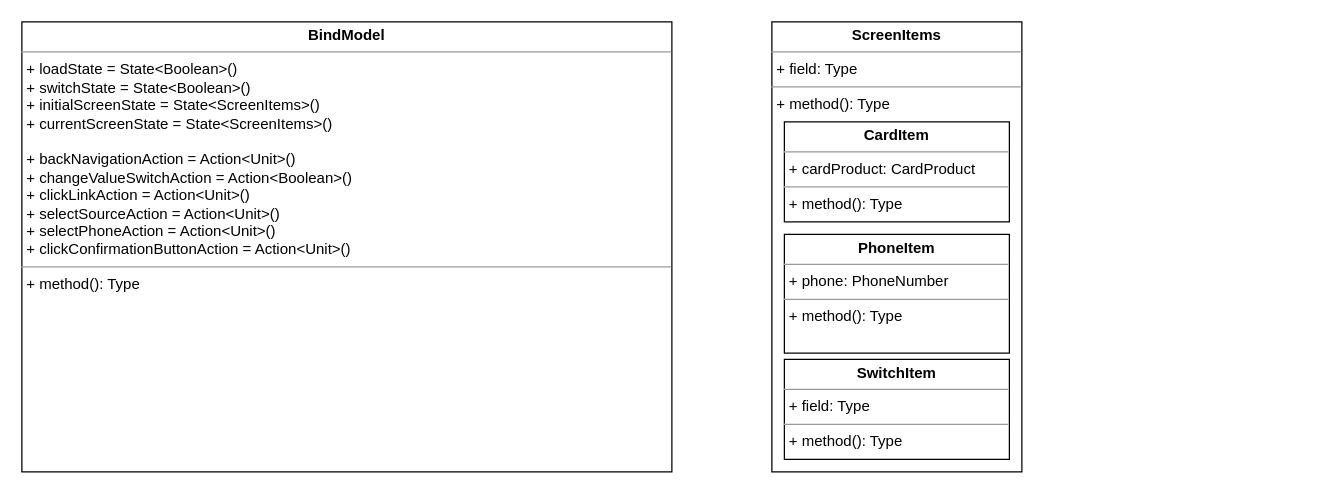
This is UNI-15261.drawio from ShiryaevNikolay/diagrams, a draw.io file, before an edit. Source tidied: cells renumbered, new cells numbered last; positions are measured from the earlier drawing's top-left corner, leaving out a move shared by most shapes. Both pictures are drawn from the tidied source at 125%, with x=0, y=0 at pixel (21, 21).
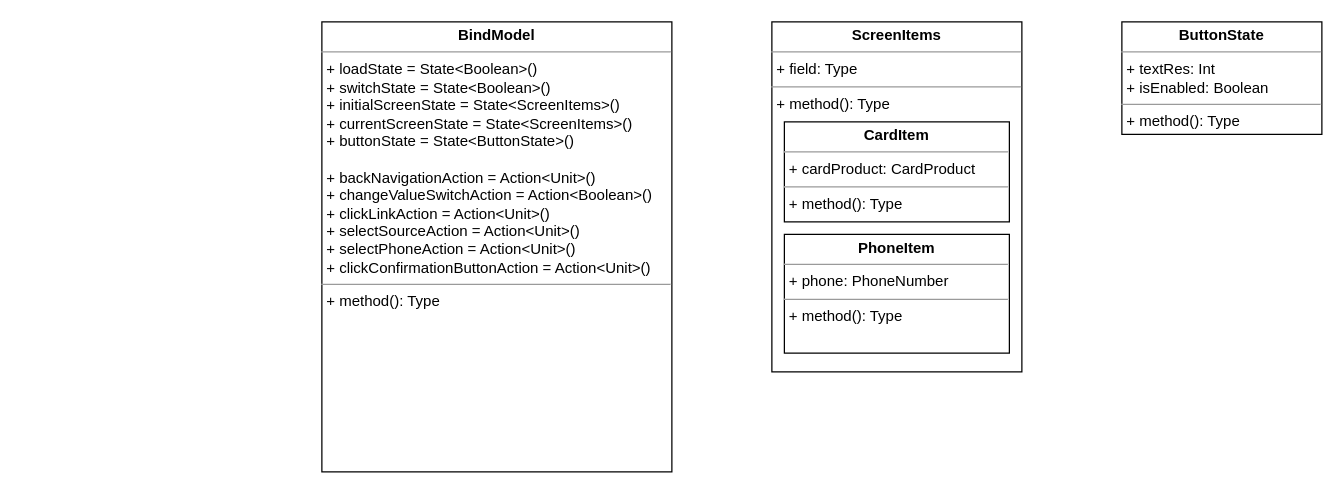
The same page after the edit.

Diff of the diagram source:
```diff
@@
 <mxGraphModel>
   <root>
     <mxCell id="0" />
     <mxCell id="1" parent="0" />
-    <mxCell id="2" value="&lt;p style=&quot;margin: 0px ; margin-top: 4px ; text-align: center&quot;&gt;&lt;b&gt;BindModel&lt;/b&gt;&lt;/p&gt;&lt;hr size=&quot;1&quot;&gt;&lt;p style=&quot;margin: 0px ; margin-left: 4px&quot;&gt;+ loadState = State&amp;lt;Boolean&amp;gt;()&lt;/p&gt;&lt;p style=&quot;margin: 0px ; margin-left: 4px&quot;&gt;+ switchState = State&amp;lt;Boolean&amp;gt;()&lt;/p&gt;&lt;p style=&quot;margin: 0px ; margin-left: 4px&quot;&gt;+ initialScreenState = State&amp;lt;ScreenItems&amp;gt;()&lt;/p&gt;&lt;p style=&quot;margin: 0px ; margin-left: 4px&quot;&gt;+ currentScreenState = State&amp;lt;ScreenItems&amp;gt;()&lt;/p&gt;&lt;p style=&quot;margin: 0px ; margin-left: 4px&quot;&gt;&lt;br&gt;&lt;/p&gt;&lt;p style=&quot;margin: 0px ; margin-left: 4px&quot;&gt;+ backNavigationAction = Action&amp;lt;Unit&amp;gt;()&lt;br&gt;&lt;/p&gt;&lt;p style=&quot;margin: 0px ; margin-left: 4px&quot;&gt;+ changeValueSwitchAction = Action&amp;lt;Boolean&amp;gt;()&lt;/p&gt;&lt;p style=&quot;margin: 0px ; margin-left: 4px&quot;&gt;+ clickLinkAction = Action&amp;lt;Unit&amp;gt;()&lt;/p&gt;&lt;p style=&quot;margin: 0px ; margin-left: 4px&quot;&gt;+ selectSourceAction = Action&amp;lt;Unit&amp;gt;()&lt;/p&gt;&lt;p style=&quot;margin: 0px ; margin-left: 4px&quot;&gt;+ selectPhoneAction = Action&amp;lt;Unit&amp;gt;()&lt;/p&gt;&lt;p style=&quot;margin: 0px ; margin-left: 4px&quot;&gt;+ clickConfirmationButtonAction = Action&amp;lt;Unit&amp;gt;()&lt;br&gt;&lt;/p&gt;&lt;hr size=&quot;1&quot;&gt;&lt;p style=&quot;margin: 0px ; margin-left: 4px&quot;&gt;+ method(): Type&lt;/p&gt;" style="verticalAlign=top;align=left;overflow=fill;fontSize=12;fontFamily=Helvetica;html=1;" parent="1" vertex="1">
-      <mxGeometry width="520" height="360" as="geometry" />
+    <mxCell id="2" value="&lt;p style=&quot;margin: 0px ; margin-top: 4px ; text-align: center&quot;&gt;&lt;b&gt;BindModel&lt;/b&gt;&lt;/p&gt;&lt;hr size=&quot;1&quot;&gt;&lt;p style=&quot;margin: 0px ; margin-left: 4px&quot;&gt;+ loadState = State&amp;lt;Boolean&amp;gt;()&lt;/p&gt;&lt;p style=&quot;margin: 0px ; margin-left: 4px&quot;&gt;+ switchState = State&amp;lt;Boolean&amp;gt;()&lt;/p&gt;&lt;p style=&quot;margin: 0px ; margin-left: 4px&quot;&gt;+ initialScreenState = State&amp;lt;ScreenItems&amp;gt;()&lt;/p&gt;&lt;p style=&quot;margin: 0px ; margin-left: 4px&quot;&gt;+ currentScreenState = State&amp;lt;ScreenItems&amp;gt;()&lt;/p&gt;&lt;p style=&quot;margin: 0px ; margin-left: 4px&quot;&gt;+ buttonState = State&amp;lt;ButtonState&amp;gt;()&lt;br&gt;&lt;/p&gt;&lt;p style=&quot;margin: 0px ; margin-left: 4px&quot;&gt;&lt;br&gt;&lt;/p&gt;&lt;p style=&quot;margin: 0px ; margin-left: 4px&quot;&gt;+ backNavigationAction = Action&amp;lt;Unit&amp;gt;()&lt;br&gt;&lt;/p&gt;&lt;p style=&quot;margin: 0px ; margin-left: 4px&quot;&gt;+ changeValueSwitchAction = Action&amp;lt;Boolean&amp;gt;()&lt;/p&gt;&lt;p style=&quot;margin: 0px ; margin-left: 4px&quot;&gt;+ clickLinkAction = Action&amp;lt;Unit&amp;gt;()&lt;/p&gt;&lt;p style=&quot;margin: 0px ; margin-left: 4px&quot;&gt;+ selectSourceAction = Action&amp;lt;Unit&amp;gt;()&lt;/p&gt;&lt;p style=&quot;margin: 0px ; margin-left: 4px&quot;&gt;+ selectPhoneAction = Action&amp;lt;Unit&amp;gt;()&lt;/p&gt;&lt;p style=&quot;margin: 0px ; margin-left: 4px&quot;&gt;+ clickConfirmationButtonAction = Action&amp;lt;Unit&amp;gt;()&lt;br&gt;&lt;/p&gt;&lt;hr size=&quot;1&quot;&gt;&lt;p style=&quot;margin: 0px ; margin-left: 4px&quot;&gt;+ method(): Type&lt;/p&gt;" style="verticalAlign=top;align=left;overflow=fill;fontSize=12;fontFamily=Helvetica;html=1;" parent="1" vertex="1">
+      <mxGeometry x="240" width="280" height="360" as="geometry" />
     </mxCell>
     <mxCell id="3" value="&lt;p style=&quot;margin: 0px ; margin-top: 4px ; text-align: center&quot;&gt;&lt;b&gt;ScreenItems&lt;/b&gt;&lt;/p&gt;&lt;hr size=&quot;1&quot;&gt;&lt;p style=&quot;margin: 0px ; margin-left: 4px&quot;&gt;+ field: Type&lt;/p&gt;&lt;hr size=&quot;1&quot;&gt;&lt;p style=&quot;margin: 0px ; margin-left: 4px&quot;&gt;+ method(): Type&lt;/p&gt;" style="verticalAlign=top;align=left;overflow=fill;fontSize=12;fontFamily=Helvetica;html=1;" parent="1" vertex="1">
-      <mxGeometry x="600" width="200" height="360" as="geometry" />
+      <mxGeometry x="600" width="200" height="280" as="geometry" />
     </mxCell>
     <mxCell id="4" value="&lt;p style=&quot;margin: 0px ; margin-top: 4px ; text-align: center&quot;&gt;&lt;b&gt;CardItem&lt;/b&gt;&lt;/p&gt;&lt;hr size=&quot;1&quot;&gt;&lt;p style=&quot;margin: 0px ; margin-left: 4px&quot;&gt;+ cardProduct: CardProduct&lt;/p&gt;&lt;hr size=&quot;1&quot;&gt;&lt;p style=&quot;margin: 0px ; margin-left: 4px&quot;&gt;+ method(): Type&lt;/p&gt;" style="verticalAlign=top;align=left;overflow=fill;fontSize=12;fontFamily=Helvetica;html=1;" parent="1" vertex="1">
       <mxGeometry x="610" y="80" width="180" height="80" as="geometry" />
     </mxCell>
     <mxCell id="5" value="&lt;p style=&quot;margin: 0px ; margin-top: 4px ; text-align: center&quot;&gt;&lt;b&gt;PhoneItem&lt;/b&gt;&lt;/p&gt;&lt;hr size=&quot;1&quot;&gt;&lt;p style=&quot;margin: 0px ; margin-left: 4px&quot;&gt;+ phone: PhoneNumber&lt;/p&gt;&lt;hr size=&quot;1&quot;&gt;&lt;p style=&quot;margin: 0px ; margin-left: 4px&quot;&gt;+ method(): Type&lt;/p&gt;" style="verticalAlign=top;align=left;overflow=fill;fontSize=12;fontFamily=Helvetica;html=1;" parent="1" vertex="1">
       <mxGeometry x="610" y="170" width="180" height="95" as="geometry" />
     </mxCell>
-    <mxCell id="6" value="&lt;p style=&quot;margin: 0px ; margin-top: 4px ; text-align: center&quot;&gt;&lt;b&gt;SwitchItem&lt;/b&gt;&lt;/p&gt;&lt;hr size=&quot;1&quot;&gt;&lt;p style=&quot;margin: 0px ; margin-left: 4px&quot;&gt;+ field: Type&lt;/p&gt;&lt;hr size=&quot;1&quot;&gt;&lt;p style=&quot;margin: 0px ; margin-left: 4px&quot;&gt;+ method(): Type&lt;/p&gt;" style="verticalAlign=top;align=left;overflow=fill;fontSize=12;fontFamily=Helvetica;html=1;" parent="1" vertex="1">
-      <mxGeometry x="610" y="270" width="180" height="80" as="geometry" />
-    </mxCell>
+    <mxCell id="7" value="&lt;p style=&quot;margin: 0px ; margin-top: 4px ; text-align: center&quot;&gt;&lt;b&gt;ButtonState&lt;/b&gt;&lt;/p&gt;&lt;hr size=&quot;1&quot;&gt;&lt;p style=&quot;margin: 0px ; margin-left: 4px&quot;&gt;+ textRes: Int&lt;/p&gt;&lt;p style=&quot;margin: 0px ; margin-left: 4px&quot;&gt;+ isEnabled: Boolean&lt;br&gt;&lt;/p&gt;&lt;hr size=&quot;1&quot;&gt;&lt;p style=&quot;margin: 0px ; margin-left: 4px&quot;&gt;+ method(): Type&lt;/p&gt;" style="verticalAlign=top;align=left;overflow=fill;fontSize=12;fontFamily=Helvetica;html=1;" parent="1" vertex="1">
+      <mxGeometry x="880" width="160" height="90" as="geometry" />
+    </mxCell>
   </root>
 </mxGraphModel>
```
